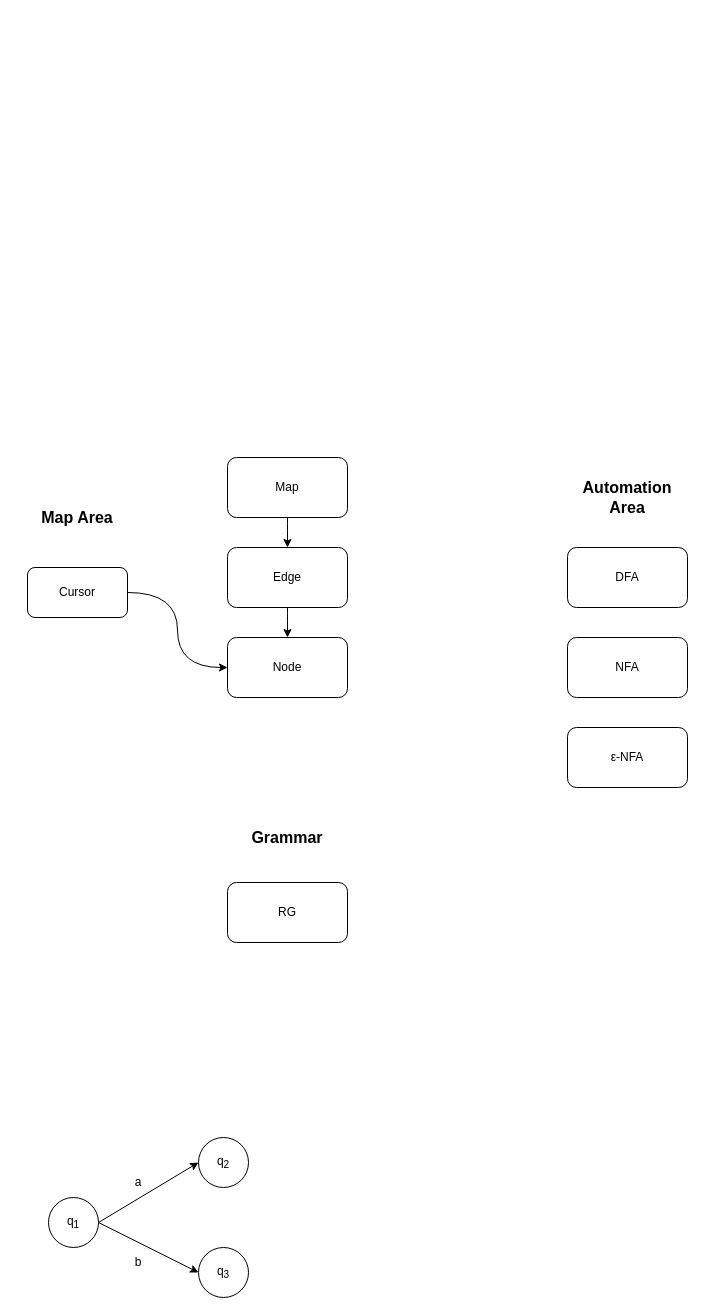
Above: view.drawio in sky10w/Automation-Groupwork (draw.io), before the change. Source tidied: cells renumbered, new cells numbered last; positions are measured from the earlier drawing's top-left corner, leaving out a move shared by most shapes. Both pictures are drawn from the tidied source at 100%, with x=0, y=0 at pixel (17, 457).
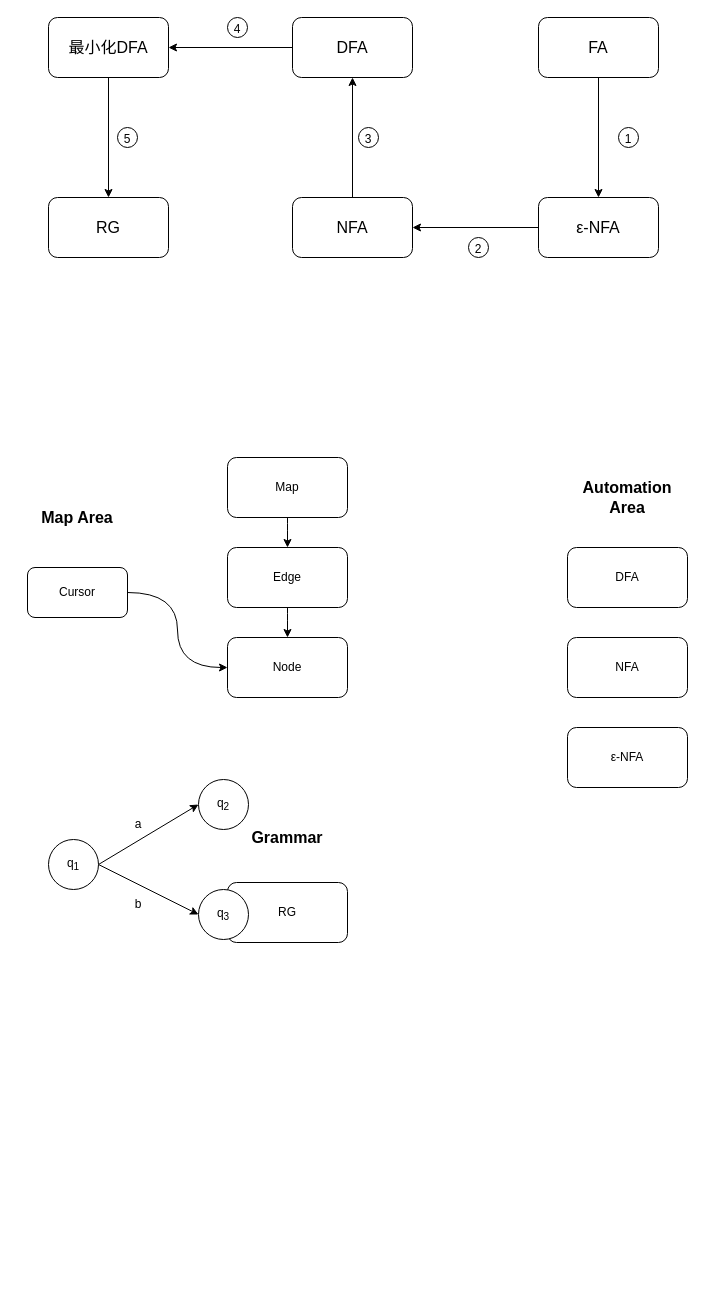
Above is the later version.

Change to the diagram source:
```diff
@@
     <mxCell id="18" value="q&lt;sub&gt;1&lt;/sub&gt;" style="ellipse;whiteSpace=wrap;html=1;" parent="1" vertex="1">
-      <mxGeometry x="31" y="740" width="50" height="50" as="geometry" />
+      <mxGeometry x="31" y="382" width="50" height="50" as="geometry" />
     </mxCell>
     <mxCell id="19" value="q&lt;sub&gt;2&lt;/sub&gt;" style="ellipse;whiteSpace=wrap;html=1;" parent="1" vertex="1">
-      <mxGeometry x="181" y="680" width="50" height="50" as="geometry" />
+      <mxGeometry x="181" y="322" width="50" height="50" as="geometry" />
     </mxCell>
     <mxCell id="20" value="a" style="text;html=1;strokeColor=none;fillColor=none;align=center;verticalAlign=middle;whiteSpace=wrap;rounded=0;" parent="1" vertex="1">
-      <mxGeometry x="91" y="710" width="60" height="30" as="geometry" />
+      <mxGeometry x="91" y="352" width="60" height="30" as="geometry" />
     </mxCell>
     <mxCell id="21" value="q&lt;sub&gt;3&lt;/sub&gt;" style="ellipse;whiteSpace=wrap;html=1;" parent="1" vertex="1">
-      <mxGeometry x="181" y="790" width="50" height="50" as="geometry" />
+      <mxGeometry x="181" y="432" width="50" height="50" as="geometry" />
     </mxCell>
     <mxCell id="22" value="b" style="text;html=1;strokeColor=none;fillColor=none;align=center;verticalAlign=middle;whiteSpace=wrap;rounded=0;" parent="1" vertex="1">
-      <mxGeometry x="91" y="790" width="60" height="30" as="geometry" />
+      <mxGeometry x="91" y="432" width="60" height="30" as="geometry" />
     </mxCell>
+    <mxCell id="23" style="edgeStyle=none;html=1;entryX=0.5;entryY=0;entryDx=0;entryDy=0;fontSize=18;" parent="1" edge="1" source="24" target="26">
+      <mxGeometry relative="1" as="geometry" />
+    </mxCell>
+    <mxCell id="24" value="&lt;font style=&quot;font-size: 16px;&quot;&gt;FA&lt;/font&gt;" style="rounded=1;whiteSpace=wrap;html=1;" parent="1" vertex="1">
+      <mxGeometry x="521" y="-440" width="120" height="60" as="geometry" />
+    </mxCell>
+    <mxCell id="25" style="edgeStyle=none;html=1;fontSize=16;entryX=1;entryY=0.5;entryDx=0;entryDy=0;" parent="1" edge="1" source="26" target="28">
+      <mxGeometry relative="1" as="geometry" />
+    </mxCell>
+    <mxCell id="26" value="&lt;font style=&quot;font-size: 16px;&quot;&gt;ε-NFA&lt;/font&gt;" style="rounded=1;whiteSpace=wrap;html=1;" parent="1" vertex="1">
+      <mxGeometry x="521" y="-260" width="120" height="60" as="geometry" />
+    </mxCell>
+    <mxCell id="27" style="edgeStyle=none;html=1;entryX=0.5;entryY=1;entryDx=0;entryDy=0;fontSize=16;" parent="1" edge="1" source="28" target="30">
+      <mxGeometry relative="1" as="geometry" />
+    </mxCell>
+    <mxCell id="28" value="&lt;font style=&quot;font-size: 16px;&quot;&gt;NFA&lt;/font&gt;" style="rounded=1;whiteSpace=wrap;html=1;" parent="1" vertex="1">
+      <mxGeometry x="275" y="-260" width="120" height="60" as="geometry" />
+    </mxCell>
+    <mxCell id="29" style="edgeStyle=none;html=1;entryX=1;entryY=0.5;entryDx=0;entryDy=0;fontSize=16;" parent="1" edge="1" source="30" target="32">
+      <mxGeometry relative="1" as="geometry" />
+    </mxCell>
+    <mxCell id="30" value="&lt;font style=&quot;font-size: 16px;&quot;&gt;DFA&lt;/font&gt;" style="rounded=1;whiteSpace=wrap;html=1;" parent="1" vertex="1">
+      <mxGeometry x="275" y="-440" width="120" height="60" as="geometry" />
+    </mxCell>
+    <mxCell id="31" style="edgeStyle=none;html=1;entryX=0.5;entryY=0;entryDx=0;entryDy=0;fontSize=16;" parent="1" edge="1" source="32" target="33">
+      <mxGeometry relative="1" as="geometry" />
+    </mxCell>
+    <mxCell id="32" value="&lt;font style=&quot;font-size: 16px;&quot;&gt;最小化DFA&lt;/font&gt;" style="rounded=1;whiteSpace=wrap;html=1;" parent="1" vertex="1">
+      <mxGeometry x="31" y="-440" width="120" height="60" as="geometry" />
+    </mxCell>
+    <mxCell id="33" value="&lt;font style=&quot;font-size: 16px;&quot;&gt;RG&lt;/font&gt;" style="rounded=1;whiteSpace=wrap;html=1;" parent="1" vertex="1">
+      <mxGeometry x="31" y="-260" width="120" height="60" as="geometry" />
+    </mxCell>
+    <mxCell id="34" value="&lt;font style=&quot;font-size: 12px;&quot;&gt;1&lt;/font&gt;" style="ellipse;whiteSpace=wrap;html=1;fontSize=16;" parent="1" vertex="1">
+      <mxGeometry x="601" y="-330" width="20" height="20" as="geometry" />
+    </mxCell>
+    <mxCell id="35" value="&lt;font style=&quot;font-size: 12px;&quot;&gt;2&lt;/font&gt;" style="ellipse;whiteSpace=wrap;html=1;fontSize=16;" parent="1" vertex="1">
+      <mxGeometry x="451" y="-220" width="20" height="20" as="geometry" />
+    </mxCell>
+    <mxCell id="36" value="&lt;font style=&quot;font-size: 12px;&quot;&gt;3&lt;/font&gt;" style="ellipse;whiteSpace=wrap;html=1;fontSize=16;" parent="1" vertex="1">
+      <mxGeometry x="341" y="-330" width="20" height="20" as="geometry" />
+    </mxCell>
+    <mxCell id="37" value="&lt;font style=&quot;font-size: 12px;&quot;&gt;4&lt;/font&gt;" style="ellipse;whiteSpace=wrap;html=1;fontSize=16;" parent="1" vertex="1">
+      <mxGeometry x="210" y="-440" width="20" height="20" as="geometry" />
+    </mxCell>
+    <mxCell id="38" value="&lt;font style=&quot;font-size: 12px;&quot;&gt;5&lt;/font&gt;" style="ellipse;whiteSpace=wrap;html=1;fontSize=16;" parent="1" vertex="1">
+      <mxGeometry x="100" y="-330" width="20" height="20" as="geometry" />
+    </mxCell>
```
